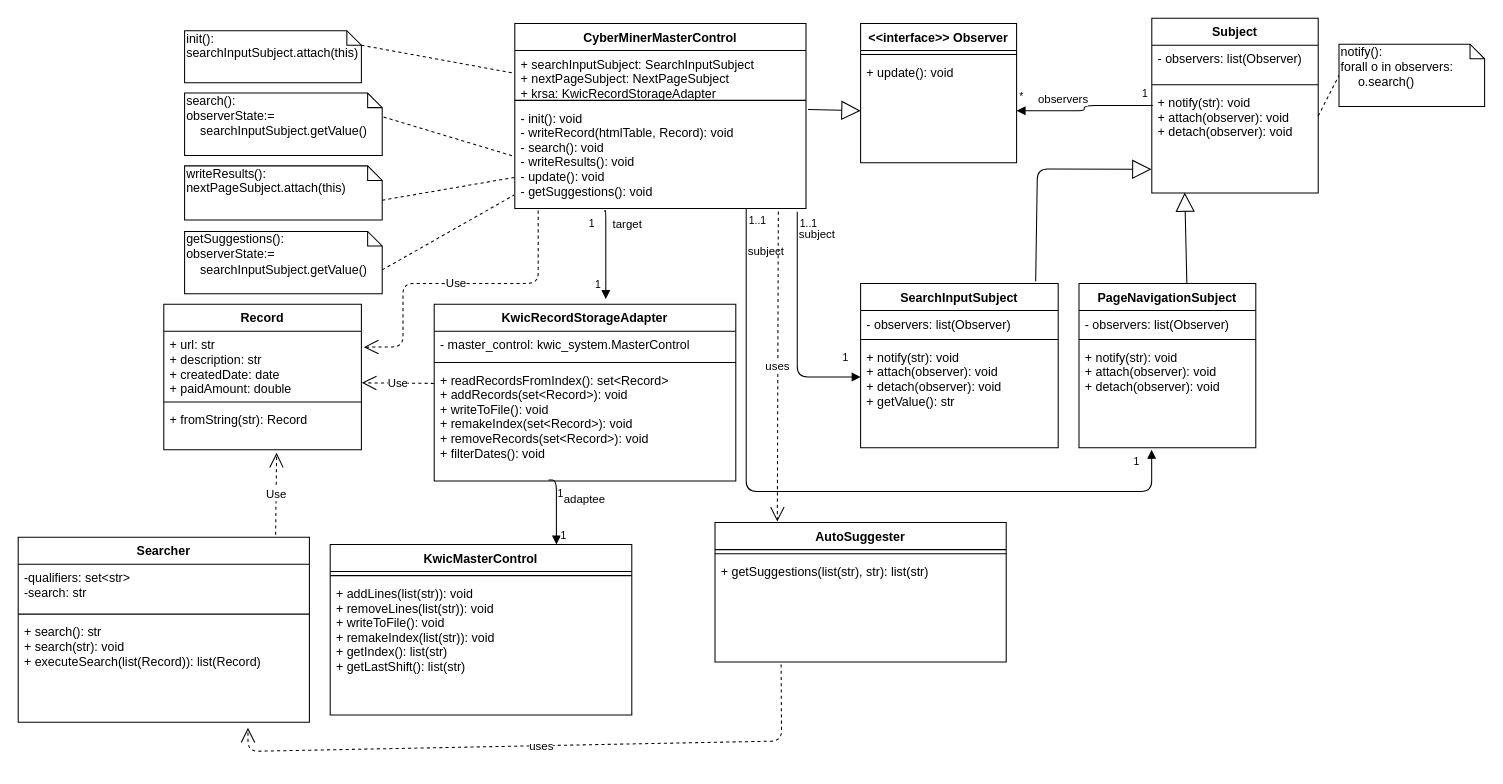
Earlier version of the draw.io diagram To-Do List Builder/cyberminer_class_diagram.drawio (kntnguyen94/To-Do-List-Builder). Source tidied: cells renumbered, new cells numbered last; positions are measured from the earlier drawing's top-left corner, leaving out a move shared by most shapes. Both pictures are drawn from the tidied source at 104%, with x=0, y=0 at pixel (18, 18).
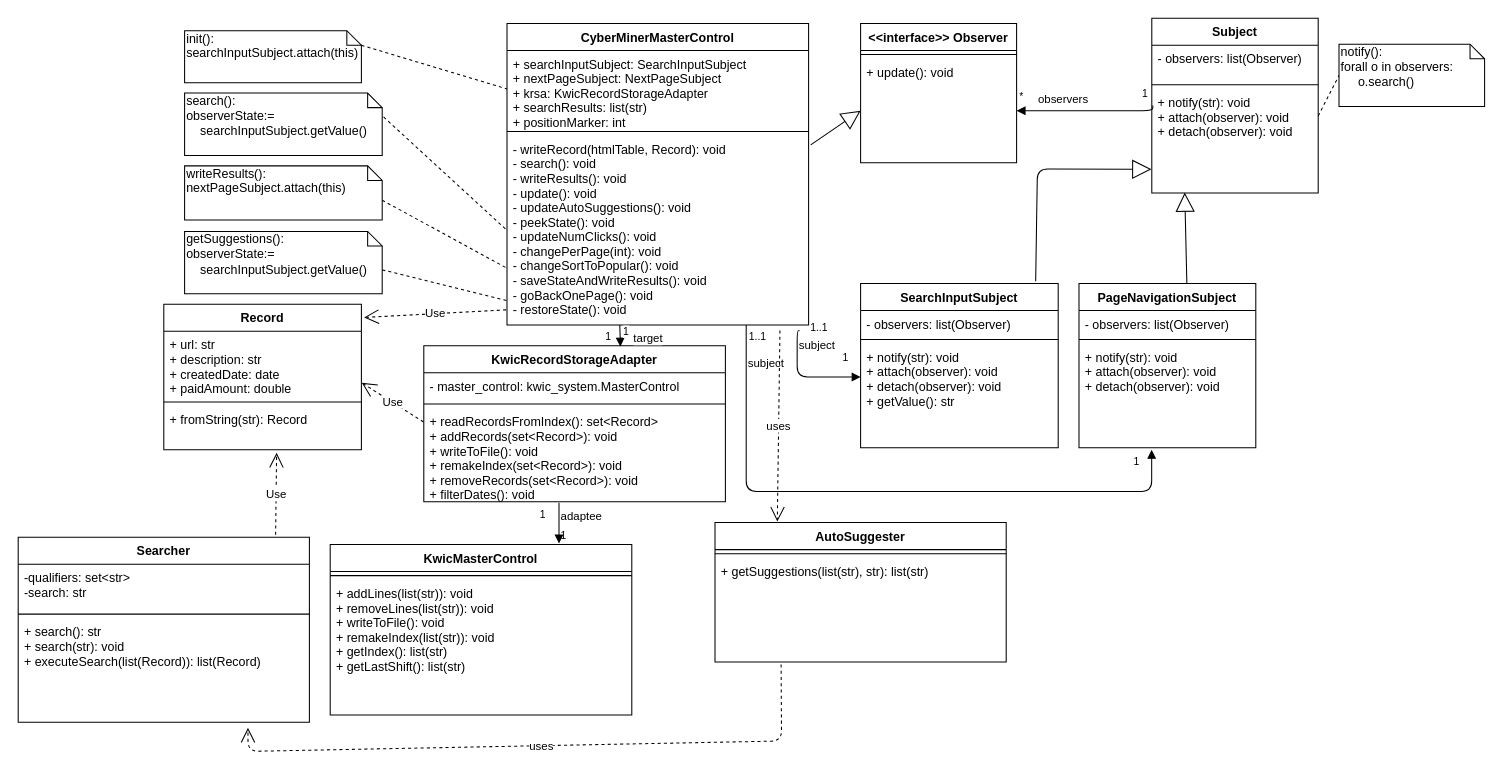
The same diagram, later.

Unchanged cells that the change refers to:
```xml
<mxCell id="6" value="KwicMasterControl" style="swimlane;fontStyle=1;align=center;verticalAlign=top;horizontal=1;startSize=26;" parent="1" vertex="1">
  <mxGeometry x="300" y="506" width="290" height="164" as="geometry" />
</mxCell>
<mxCell id="14" value="Record" style="swimlane;fontStyle=1;align=center;verticalAlign=top;horizontal=1;startSize=26;" parent="1" vertex="1">
  <mxGeometry x="140" y="275" width="190" height="140" as="geometry" />
</mxCell>
<mxCell id="15" value="+ url: str&#10;+ description: str&#10;+ createdDate: date&#10;+ paidAmount: double" style="text;strokeColor=none;fillColor=none;align=left;verticalAlign=top;spacingLeft=4;spacingRight=4;overflow=hidden;points=[[0,0.5],[1,0.5]];portConstraint=eastwest;" parent="14" vertex="1">
  <mxGeometry y="26" width="190" height="64" as="geometry" />
</mxCell>
<mxCell id="41" value="+ notify(str): void&#10;+ attach(observer): void&#10;+ detach(observer): void&#10;" style="text;strokeColor=none;fillColor=none;align=left;verticalAlign=top;spacingLeft=4;spacingRight=4;overflow=hidden;points=[[0,0.5],[1,0.5]];portConstraint=eastwest;" parent="38" vertex="1">
  <mxGeometry y="68" width="160" height="100" as="geometry" />
</mxCell>
<mxCell id="45" value="+ notify(str): void&#10;+ attach(observer): void&#10;+ detach(observer): void" style="text;strokeColor=none;fillColor=none;align=left;verticalAlign=top;spacingLeft=4;spacingRight=4;overflow=hidden;points=[[0,0.5],[1,0.5]];portConstraint=eastwest;" parent="42" vertex="1">
  <mxGeometry y="58" width="170" height="100" as="geometry" />
</mxCell>
<mxCell id="50" value="+ update(): void" style="text;strokeColor=none;fillColor=none;align=left;verticalAlign=top;spacingLeft=4;spacingRight=4;overflow=hidden;points=[[0,0.5],[1,0.5]];portConstraint=eastwest;" parent="48" vertex="1">
  <mxGeometry y="34" width="150" height="100" as="geometry" />
</mxCell>
<mxCell id="55" value="subject" style="endArrow=block;endFill=1;html=1;edgeStyle=orthogonalEdgeStyle;align=left;verticalAlign=top;exitX=0.97;exitY=1.03;exitDx=0;exitDy=0;exitPerimeter=0;" parent="1" edge="1" source="34">
  <mxGeometry x="-0.92" relative="1" as="geometry">
    <mxPoint x="810" y="345" as="targetPoint" />
    <Array as="points">
      <mxPoint x="749" y="345" />
    </Array>
  </mxGeometry>
</mxCell>
```

The edit, as a diff of the source:
```diff
@@
     <mxCell id="2" value="KwicRecordStorageAdapter" style="swimlane;fontStyle=1;align=center;verticalAlign=top;horizontal=1;startSize=26;" parent="1" vertex="1">
-      <mxGeometry x="400" y="275" width="290" height="170" as="geometry" />
+      <mxGeometry x="390" y="315" width="290" height="150" as="geometry" />
     </mxCell>
@@
     <mxCell id="5" value="+ readRecordsFromIndex(): set&lt;Record&gt;&#10;+ addRecords(set&lt;Record&gt;): void&#10;+ writeToFile(): void&#10;+ remakeIndex(set&lt;Record&gt;): void&#10;+ removeRecords(set&lt;Record&gt;): void&#10;+ filterDates(): void" style="text;strokeColor=none;fillColor=none;align=left;verticalAlign=top;spacingLeft=4;spacingRight=4;overflow=hidden;points=[[0,0.5],[1,0.5]];portConstraint=eastwest;" parent="2" vertex="1">
-      <mxGeometry y="60" width="290" height="110" as="geometry" />
+      <mxGeometry y="60" width="290" height="90" as="geometry" />
     </mxCell>
@@
-    <mxCell id="9" value="adaptee" style="endArrow=block;endFill=1;html=1;edgeStyle=orthogonalEdgeStyle;align=left;verticalAlign=top;entryX=0.75;entryY=0;entryDx=0;entryDy=0;" parent="1" edge="1" target="6">
-      <mxGeometry x="-0.62" y="5" relative="1" as="geometry">
-        <mxPoint x="510" y="444" as="sourcePoint" />
-        <Array as="points">
-          <mxPoint x="510" y="444" />
-        </Array>
-      </mxGeometry>
-    </mxCell>
-    <mxCell id="10" value="1" style="html=1;align=left;verticalAlign=bottom;labelBackgroundColor=#ffffff;fontSize=10;" parent="9" vertex="1">
-      <mxGeometry x="-1" relative="1" as="geometry">
-        <mxPoint x="7" y="21" as="offset" />
-      </mxGeometry>
-    </mxCell>
@@
     <mxCell id="31" value="CyberMinerMasterControl" style="swimlane;fontStyle=1;align=center;verticalAlign=top;horizontal=1;startSize=26;" parent="1" vertex="1">
-      <mxGeometry x="477.5" y="5" width="280" height="178" as="geometry" />
+      <mxGeometry x="470" y="5" width="290" height="290" as="geometry" />
     </mxCell>
-    <mxCell id="32" value="+ searchInputSubject: SearchInputSubject&#10;+ nextPageSubject: NextPageSubject&#10;+ krsa: KwicRecordStorageAdapter" style="text;strokeColor=none;fillColor=none;align=left;verticalAlign=top;spacingLeft=4;spacingRight=4;overflow=hidden;points=[[0,0.5],[1,0.5]];portConstraint=eastwest;" parent="31" vertex="1">
-      <mxGeometry y="26" width="280" height="44" as="geometry" />
+    <mxCell id="32" value="+ searchInputSubject: SearchInputSubject&#10;+ nextPageSubject: NextPageSubject&#10;+ krsa: KwicRecordStorageAdapter&#10;+ searchResults: list(str)&#10;+ positionMarker: int" style="text;strokeColor=none;fillColor=none;align=left;verticalAlign=top;spacingLeft=4;spacingRight=4;overflow=hidden;points=[[0,0.5],[1,0.5]];portConstraint=eastwest;" parent="31" vertex="1">
+      <mxGeometry y="26" width="290" height="74" as="geometry" />
     </mxCell>
     <mxCell id="33" style="line;strokeWidth=1;fillColor=none;align=left;verticalAlign=middle;spacingTop=-1;spacingLeft=3;spacingRight=3;labelPosition=right;" parent="31" vertex="1">
-      <mxGeometry y="70" width="280" height="8" as="geometry" />
+      <mxGeometry y="100" width="290" height="8" as="geometry" />
     </mxCell>
-    <mxCell id="34" value="- init(): void&#10;- writeRecord(htmlTable, Record): void&#10;- search(): void&#10;- writeResults(): void&#10;- update(): void&#10;- getSuggestions(): void" style="text;strokeColor=none;fillColor=none;align=left;verticalAlign=top;spacingLeft=4;spacingRight=4;overflow=hidden;points=[[0,0.5],[1,0.5]];portConstraint=eastwest;" parent="31" vertex="1">
-      <mxGeometry y="78" width="280" height="100" as="geometry" />
+    <mxCell id="34" value="- writeRecord(htmlTable, Record): void&#10;- search(): void&#10;- writeResults(): void&#10;- update(): void&#10;- updateAutoSuggestions(): void&#10;- peekState(): void&#10;- updateNumClicks(): void&#10;- changePerPage(int): void&#10;- changeSortToPopular(): void&#10;- saveStateAndWriteResults(): void&#10;- goBackOnePage(): void&#10;- restoreState(): void&#10;" style="text;strokeColor=none;fillColor=none;align=left;verticalAlign=top;spacingLeft=4;spacingRight=4;overflow=hidden;points=[[0,0.5],[1,0.5]];portConstraint=eastwest;" parent="31" vertex="1">
+      <mxGeometry y="108" width="290" height="182" as="geometry" />
     </mxCell>
@@
     <mxCell id="51" value="observers" style="endArrow=block;endFill=1;html=1;edgeStyle=orthogonalEdgeStyle;align=left;verticalAlign=top;exitX=0.006;exitY=0.159;exitDx=0;exitDy=0;exitPerimeter=0;" parent="1" edge="1" source="41" target="50">
-      <mxGeometry x="0.72" y="-24" relative="1" as="geometry" />
+      <mxGeometry x="0.72" y="-24" relative="1" as="geometry">
+        <Array as="points">
+          <mxPoint x="1091" y="89" />
+        </Array>
+      </mxGeometry>
     </mxCell>
@@
     <mxCell id="56" value="1..1" style="html=1;align=left;verticalAlign=bottom;labelBackgroundColor=#ffffff;fontSize=10;" parent="55" vertex="1">
       <mxGeometry x="-1" relative="1" as="geometry">
-        <mxPoint x="1" y="19" as="offset" />
+        <mxPoint x="8.5" y="4.5" as="offset" />
       </mxGeometry>
     </mxCell>
@@
-    <mxCell id="58" value="subject" style="endArrow=block;endFill=1;html=1;edgeStyle=orthogonalEdgeStyle;align=left;verticalAlign=top;exitX=0.97;exitY=1.03;exitDx=0;exitDy=0;exitPerimeter=0;entryX=0.411;entryY=1.02;entryDx=0;entryDy=0;entryPerimeter=0;" parent="1" edge="1" target="45">
+    <mxCell id="58" value="subject" style="endArrow=block;endFill=1;html=1;edgeStyle=orthogonalEdgeStyle;align=left;verticalAlign=top;entryX=0.411;entryY=1.02;entryDx=0;entryDy=0;entryPerimeter=0;" parent="1" edge="1" source="34" target="45">
       <mxGeometry x="-0.92" relative="1" as="geometry">
-        <mxPoint x="700" y="183" as="sourcePoint" />
         <Array as="points">
           <mxPoint x="700" y="455" />
           <mxPoint x="1090" y="455" />
         </Array>
       </mxGeometry>
     </mxCell>
@@
-    <mxCell id="61" value="target" style="endArrow=block;endFill=1;html=1;edgeStyle=orthogonalEdgeStyle;align=left;verticalAlign=top;entryX=0.569;entryY=-0.029;entryDx=0;entryDy=0;entryPerimeter=0;exitX=0.309;exitY=1.03;exitDx=0;exitDy=0;exitPerimeter=0;" parent="1" edge="1" source="34" target="2">
-      <mxGeometry x="-0.95" y="5" relative="1" as="geometry">
-        <Array as="points">
-          <mxPoint x="564" y="185" />
-          <mxPoint x="565" y="185" />
-        </Array>
-      </mxGeometry>
-    </mxCell>
-    <mxCell id="62" value="1" style="html=1;align=left;verticalAlign=bottom;labelBackgroundColor=#ffffff;fontSize=10;" parent="61" vertex="1">
-      <mxGeometry x="-1" relative="1" as="geometry">
-        <mxPoint x="-17" y="19" as="offset" />
-      </mxGeometry>
-    </mxCell>
@@
-    <mxCell id="67" value="Use" style="endArrow=open;endSize=12;dashed=1;html=1;entryX=1.012;entryY=0.239;entryDx=0;entryDy=0;entryPerimeter=0;" parent="1" edge="1" target="15">
-      <mxGeometry relative="1" as="geometry">
-        <mxPoint x="500" y="185" as="sourcePoint" />
-        <Array as="points">
-          <mxPoint x="500" y="225" />
-          <mxPoint x="500" y="255" />
-          <mxPoint x="370" y="255" />
-          <mxPoint x="370" y="316" />
-        </Array>
-      </mxGeometry>
-    </mxCell>
@@
     <mxCell id="69" value="1" style="html=1;align=left;verticalAlign=bottom;labelBackgroundColor=#ffffff;fontSize=10;" parent="1" vertex="1">
-      <mxGeometry x="570" y="245" as="geometry">
+      <mxGeometry x="580" y="295" as="geometry">
         <mxPoint x="-17" y="19" as="offset" />
       </mxGeometry>
     </mxCell>
@@
+    <mxCell id="67" value="Use" style="endArrow=open;endSize=12;dashed=1;html=1;exitX=-0.003;exitY=0.92;exitDx=0;exitDy=0;exitPerimeter=0;entryX=1.014;entryY=0.091;entryDx=0;entryDy=0;entryPerimeter=0;" parent="1" edge="1" source="34" target="14">
+      <mxGeometry relative="1" as="geometry" />
+    </mxCell>
+    <mxCell id="61" value="target" style="endArrow=block;endFill=1;html=1;edgeStyle=orthogonalEdgeStyle;align=left;verticalAlign=top;entryX=0.652;entryY=0.005;entryDx=0;entryDy=0;entryPerimeter=0;exitX=0.374;exitY=1;exitDx=0;exitDy=0;exitPerimeter=0;" parent="1" edge="1" source="34" target="2">
+      <mxGeometry x="-0.97" y="12" relative="1" as="geometry">
+        <Array as="points">
+          <mxPoint x="579" y="295" />
+        </Array>
+      </mxGeometry>
+    </mxCell>
+    <mxCell id="72" value="1" style="html=1;align=left;verticalAlign=bottom;labelBackgroundColor=#ffffff;fontSize=10;" parent="61" vertex="1">
+      <mxGeometry x="-1" relative="1" as="geometry">
+        <mxPoint x="1.5" y="14" as="offset" />
+      </mxGeometry>
+    </mxCell>
+    <mxCell id="9" value="adaptee" style="endArrow=block;endFill=1;html=1;edgeStyle=orthogonalEdgeStyle;align=left;verticalAlign=top;" parent="1" edge="1">
+      <mxGeometry x="-1" relative="1" as="geometry">
+        <mxPoint x="520" y="466" as="sourcePoint" />
+        <mxPoint x="520" y="505" as="targetPoint" />
+      </mxGeometry>
+    </mxCell>
+    <mxCell id="73" value="1" style="html=1;align=left;verticalAlign=bottom;labelBackgroundColor=#ffffff;fontSize=10;" parent="9" vertex="1">
+      <mxGeometry x="-1" relative="1" as="geometry">
+        <mxPoint x="-20" y="19" as="offset" />
+      </mxGeometry>
+    </mxCell>
```
